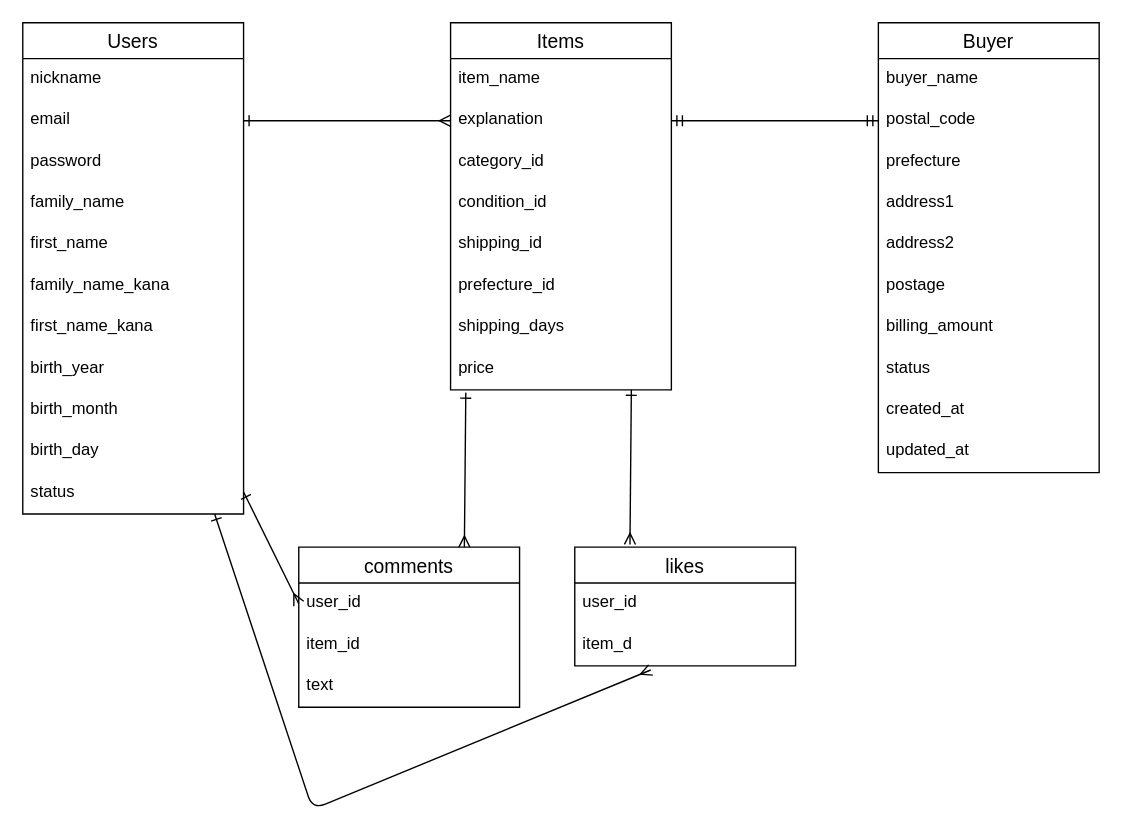
Earlier version of the draw.io diagram .dio (tae-sskr/furima-39205). Source tidied: cells renumbered, new cells numbered last; positions are measured from the earlier drawing's top-left corner, leaving out a move shared by most shapes. Both pictures are drawn from the tidied source at 138%, with x=0, y=0 at pixel (22, 22).
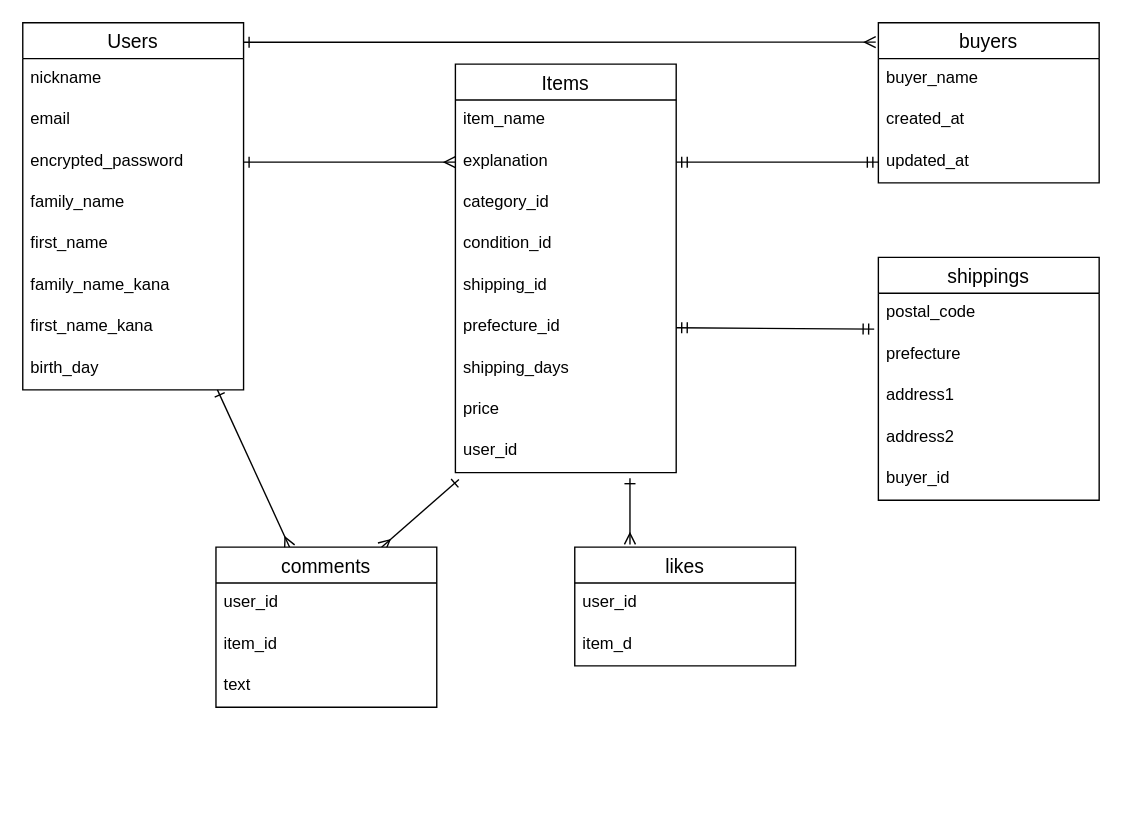
The same diagram, later.

The change refers to these unchanged cells:
```xml
<mxCell id="6" value="email" style="text;strokeColor=none;fillColor=none;spacingLeft=4;spacingRight=4;overflow=hidden;points=[[0,0.5],[1,0.5]];portConstraint=eastwest;fontSize=12;" parent="4" vertex="1">
  <mxGeometry y="56" width="160" height="30" as="geometry" />
</mxCell>
<mxCell id="19" value="explanation" style="text;strokeColor=none;fillColor=none;spacingLeft=4;spacingRight=4;overflow=hidden;points=[[0,0.5],[1,0.5]];portConstraint=eastwest;fontSize=12;" parent="17" vertex="1">
  <mxGeometry y="56" width="160" height="30" as="geometry" />
</mxCell>
<mxCell id="23" value="prefecture_id" style="text;strokeColor=none;fillColor=none;spacingLeft=4;spacingRight=4;overflow=hidden;points=[[0,0.5],[1,0.5]];portConstraint=eastwest;fontSize=12;" parent="17" vertex="1">
  <mxGeometry y="176" width="160" height="30" as="geometry" />
</mxCell>
<mxCell id="25" value="price" style="text;strokeColor=none;fillColor=none;spacingLeft=4;spacingRight=4;overflow=hidden;points=[[0,0.5],[1,0.5]];portConstraint=eastwest;fontSize=12;" parent="17" vertex="1">
  <mxGeometry y="236" width="160" height="30" as="geometry" />
</mxCell>
<mxCell id="39" value="item_d&#10;" style="text;strokeColor=none;fillColor=none;spacingLeft=4;spacingRight=4;overflow=hidden;points=[[0,0.5],[1,0.5]];portConstraint=eastwest;fontSize=12;" parent="37" vertex="1">
  <mxGeometry y="56" width="160" height="30" as="geometry" />
</mxCell>
<mxCell id="41" value="user_id" style="text;strokeColor=none;fillColor=none;spacingLeft=4;spacingRight=4;overflow=hidden;points=[[0,0.5],[1,0.5]];portConstraint=eastwest;fontSize=12;" parent="40" vertex="1">
  <mxGeometry y="26" width="160" height="30" as="geometry" />
</mxCell>
```

The edit, as a diff of the source:
```diff
@@
-    <mxCell id="2" style="edgeStyle=none;html=1;entryX=0;entryY=0.5;entryDx=0;entryDy=0;startArrow=ERone;startFill=0;endArrow=ERmany;endFill=0;" parent="1" edge="1" source="4" target="41">
+    <mxCell id="2" style="edgeStyle=none;html=1;startArrow=ERone;startFill=0;endArrow=ERmany;endFill=0;" parent="1" edge="1" source="4" target="40">
       <mxGeometry relative="1" as="geometry" />
     </mxCell>
-    <mxCell id="3" style="edgeStyle=none;html=1;entryX=0.344;entryY=1.1;entryDx=0;entryDy=0;entryPerimeter=0;startArrow=ERone;startFill=0;endArrow=ERmany;endFill=0;" parent="1" edge="1" source="4" target="39">
-      <mxGeometry relative="1" as="geometry">
-        <Array as="points">
-          <mxPoint x="210" y="570" />
-        </Array>
-      </mxGeometry>
-    </mxCell>
+    <mxCell id="47" style="edgeStyle=none;html=1;startArrow=ERone;startFill=0;endArrow=ERmany;endFill=0;exitX=1;exitY=0.053;exitDx=0;exitDy=0;exitPerimeter=0;entryX=-0.012;entryY=0.121;entryDx=0;entryDy=0;entryPerimeter=0;" parent="1" edge="1" source="4" target="26">
+      <mxGeometry relative="1" as="geometry" />
+    </mxCell>
     <mxCell id="4" value="Users" style="swimlane;fontStyle=0;horizontal=1;startSize=26;align=center;fontSize=14;" parent="1" vertex="1">
-      <mxGeometry width="160" height="356" as="geometry" />
+      <mxGeometry width="160" height="266" as="geometry" />
     </mxCell>
@@
-    <mxCell id="7" value="password" style="text;strokeColor=none;fillColor=none;spacingLeft=4;spacingRight=4;overflow=hidden;points=[[0,0.5],[1,0.5]];portConstraint=eastwest;fontSize=12;" parent="4" vertex="1">
+    <mxCell id="7" value="encrypted_password" style="text;strokeColor=none;fillColor=none;spacingLeft=4;spacingRight=4;overflow=hidden;points=[[0,0.5],[1,0.5]];portConstraint=eastwest;fontSize=12;" parent="4" vertex="1">
       <mxGeometry y="86" width="160" height="30" as="geometry" />
     </mxCell>
@@
-    <mxCell id="12" value="birth_year" style="text;strokeColor=none;fillColor=none;spacingLeft=4;spacingRight=4;overflow=hidden;fontSize=12;" parent="4" vertex="1">
-      <mxGeometry y="236" width="160" height="30" as="geometry" />
-    </mxCell>
-    <mxCell id="13" value="birth_month" style="text;strokeColor=none;fillColor=none;spacingLeft=4;spacingRight=4;overflow=hidden;fontSize=12;" parent="4" vertex="1">
-      <mxGeometry y="266" width="160" height="30" as="geometry" />
-    </mxCell>
     <mxCell id="14" value="birth_day" style="text;strokeColor=none;fillColor=none;spacingLeft=4;spacingRight=4;overflow=hidden;fontSize=12;" parent="4" vertex="1">
-      <mxGeometry y="296" width="160" height="30" as="geometry" />
+      <mxGeometry y="236" width="160" height="30" as="geometry" />
     </mxCell>
-    <mxCell id="15" value="status" style="text;strokeColor=none;fillColor=none;spacingLeft=4;spacingRight=4;overflow=hidden;fontSize=12;" parent="4" vertex="1">
-      <mxGeometry y="326" width="160" height="30" as="geometry" />
-    </mxCell>
-    <mxCell id="16" style="edgeStyle=none;html=1;entryX=0.75;entryY=0;entryDx=0;entryDy=0;startArrow=ERone;startFill=0;endArrow=ERmany;endFill=0;exitX=0.069;exitY=1.067;exitDx=0;exitDy=0;exitPerimeter=0;" parent="1" edge="1" source="25" target="40">
+    <mxCell id="16" style="edgeStyle=none;html=1;entryX=0.75;entryY=0;entryDx=0;entryDy=0;startArrow=ERone;startFill=0;endArrow=ERmany;endFill=0;exitX=0.016;exitY=1.167;exitDx=0;exitDy=0;exitPerimeter=0;" parent="1" edge="1" source="48" target="40">
       <mxGeometry relative="1" as="geometry" />
     </mxCell>
     <mxCell id="17" value="Items" style="swimlane;fontStyle=0;horizontal=1;startSize=26;align=center;fontSize=14;" parent="1" vertex="1">
-      <mxGeometry x="310" width="160" height="266" as="geometry" />
+      <mxGeometry x="313.5" y="30" width="160" height="296" as="geometry" />
     </mxCell>
@@
+    <mxCell id="48" value="user_id" style="text;strokeColor=none;fillColor=none;spacingLeft=4;spacingRight=4;overflow=hidden;points=[[0,0.5],[1,0.5]];portConstraint=eastwest;fontSize=12;" parent="17" vertex="1">
+      <mxGeometry y="266" width="160" height="30" as="geometry" />
+    </mxCell>
-    <mxCell id="26" value="Buyer" style="swimlane;fontStyle=0;horizontal=1;startSize=26;align=center;fontSize=14;" parent="1" vertex="1">
-      <mxGeometry x="620" width="160" height="326" as="geometry" />
+    <mxCell id="26" value="buyers" style="swimlane;fontStyle=0;horizontal=1;startSize=26;align=center;fontSize=14;" parent="1" vertex="1">
+      <mxGeometry x="620" width="160" height="116" as="geometry" />
     </mxCell>
@@
-    <mxCell id="28" value="postal_code" style="text;strokeColor=none;fillColor=none;spacingLeft=4;spacingRight=4;overflow=hidden;points=[[0,0.5],[1,0.5]];portConstraint=eastwest;fontSize=12;" parent="26" vertex="1">
-      <mxGeometry y="56" width="160" height="30" as="geometry" />
-    </mxCell>
-    <mxCell id="29" value="prefecture" style="text;strokeColor=none;fillColor=none;spacingLeft=4;spacingRight=4;overflow=hidden;fontSize=12;" parent="26" vertex="1">
-      <mxGeometry y="86" width="160" height="30" as="geometry" />
-    </mxCell>
-    <mxCell id="30" value="address1" style="text;strokeColor=none;fillColor=none;spacingLeft=4;spacingRight=4;overflow=hidden;fontSize=12;" parent="26" vertex="1">
-      <mxGeometry y="116" width="160" height="30" as="geometry" />
-    </mxCell>
-    <mxCell id="31" value="address2" style="text;strokeColor=none;fillColor=none;spacingLeft=4;spacingRight=4;overflow=hidden;fontSize=12;" parent="26" vertex="1">
-      <mxGeometry y="146" width="160" height="30" as="geometry" />
-    </mxCell>
-    <mxCell id="32" value="postage" style="text;strokeColor=none;fillColor=none;spacingLeft=4;spacingRight=4;overflow=hidden;fontSize=12;" parent="26" vertex="1">
-      <mxGeometry y="176" width="160" height="30" as="geometry" />
-    </mxCell>
-    <mxCell id="33" value="billing_amount" style="text;strokeColor=none;fillColor=none;spacingLeft=4;spacingRight=4;overflow=hidden;fontSize=12;" parent="26" vertex="1">
-      <mxGeometry y="206" width="160" height="30" as="geometry" />
-    </mxCell>
-    <mxCell id="34" value="status" style="text;strokeColor=none;fillColor=none;spacingLeft=4;spacingRight=4;overflow=hidden;fontSize=12;" parent="26" vertex="1">
-      <mxGeometry y="236" width="160" height="30" as="geometry" />
-    </mxCell>
     <mxCell id="35" value="created_at" style="text;strokeColor=none;fillColor=none;spacingLeft=4;spacingRight=4;overflow=hidden;fontSize=12;" parent="26" vertex="1">
-      <mxGeometry y="266" width="160" height="30" as="geometry" />
+      <mxGeometry y="56" width="160" height="30" as="geometry" />
     </mxCell>
     <mxCell id="36" value="updated_at" style="text;strokeColor=none;fillColor=none;spacingLeft=4;spacingRight=4;overflow=hidden;points=[[0,0.5],[1,0.5]];portConstraint=eastwest;fontSize=12;" parent="26" vertex="1">
-      <mxGeometry y="296" width="160" height="30" as="geometry" />
+      <mxGeometry y="86" width="160" height="30" as="geometry" />
     </mxCell>
@@
     <mxCell id="40" value="comments" style="swimlane;fontStyle=0;horizontal=1;startSize=26;align=center;fontSize=14;" parent="1" vertex="1">
-      <mxGeometry x="200" y="380" width="160" height="116" as="geometry" />
+      <mxGeometry x="140" y="380" width="160" height="116" as="geometry" />
     </mxCell>
@@
-    <mxCell id="44" style="edgeStyle=none;html=1;exitX=1;exitY=0.5;exitDx=0;exitDy=0;entryX=0;entryY=0.5;entryDx=0;entryDy=0;endArrow=ERmany;endFill=0;startArrow=ERone;startFill=0;" parent="1" edge="1" source="6" target="19">
+    <mxCell id="44" style="edgeStyle=none;html=1;exitX=1;exitY=0.5;exitDx=0;exitDy=0;entryX=0;entryY=0.5;entryDx=0;entryDy=0;endArrow=ERmany;endFill=0;startArrow=ERone;startFill=0;" parent="1" edge="1" source="7" target="19">
       <mxGeometry relative="1" as="geometry" />
     </mxCell>
-    <mxCell id="45" style="edgeStyle=none;html=1;entryX=0.75;entryY=0;entryDx=0;entryDy=0;startArrow=ERone;startFill=0;endArrow=ERmany;endFill=0;exitX=0.069;exitY=1.067;exitDx=0;exitDy=0;exitPerimeter=0;" parent="1" edge="1">
+    <mxCell id="45" style="edgeStyle=none;html=1;entryX=0.75;entryY=0;entryDx=0;entryDy=0;startArrow=ERone;startFill=0;endArrow=ERmany;endFill=0;" parent="1" edge="1">
       <mxGeometry relative="1" as="geometry">
-        <mxPoint x="441" y="266" as="sourcePoint" />
+        <mxPoint x="440" y="330" as="sourcePoint" />
         <mxPoint x="440" y="378" as="targetPoint" />
       </mxGeometry>
     </mxCell>
-    <mxCell id="46" style="edgeStyle=none;html=1;exitX=1;exitY=0.5;exitDx=0;exitDy=0;entryX=0;entryY=0.5;entryDx=0;entryDy=0;startArrow=ERmandOne;startFill=0;endArrow=ERmandOne;endFill=0;" parent="1" edge="1" source="19" target="28">
+    <mxCell id="46" style="edgeStyle=none;html=1;exitX=1;exitY=0.5;exitDx=0;exitDy=0;entryX=0;entryY=0.5;entryDx=0;entryDy=0;startArrow=ERmandOne;startFill=0;endArrow=ERmandOne;endFill=0;" parent="1" edge="1" source="19" target="36">
       <mxGeometry relative="1" as="geometry" />
     </mxCell>
+    <mxCell id="49" value="shippings" style="swimlane;fontStyle=0;horizontal=1;startSize=26;align=center;fontSize=14;" parent="1" vertex="1">
+      <mxGeometry x="620" y="170" width="160" height="176" as="geometry" />
+    </mxCell>
+    <mxCell id="28" value="postal_code" style="text;strokeColor=none;fillColor=none;spacingLeft=4;spacingRight=4;overflow=hidden;points=[[0,0.5],[1,0.5]];portConstraint=eastwest;fontSize=12;" parent="49" vertex="1">
+      <mxGeometry y="26" width="160" height="30" as="geometry" />
+    </mxCell>
+    <mxCell id="29" value="prefecture" style="text;strokeColor=none;fillColor=none;spacingLeft=4;spacingRight=4;overflow=hidden;fontSize=12;" parent="49" vertex="1">
+      <mxGeometry y="56" width="160" height="30" as="geometry" />
+    </mxCell>
+    <mxCell id="30" value="address1" style="text;strokeColor=none;fillColor=none;spacingLeft=4;spacingRight=4;overflow=hidden;fontSize=12;" parent="49" vertex="1">
+      <mxGeometry y="86" width="160" height="30" as="geometry" />
+    </mxCell>
+    <mxCell id="31" value="address2" style="text;strokeColor=none;fillColor=none;spacingLeft=4;spacingRight=4;overflow=hidden;fontSize=12;" parent="49" vertex="1">
+      <mxGeometry y="116" width="160" height="30" as="geometry" />
+    </mxCell>
+    <mxCell id="50" value="buyer_id" style="text;strokeColor=none;fillColor=none;spacingLeft=4;spacingRight=4;overflow=hidden;fontSize=12;" parent="49" vertex="1">
+      <mxGeometry y="146" width="160" height="30" as="geometry" />
+    </mxCell>
+    <mxCell id="51" style="edgeStyle=none;html=1;exitX=1;exitY=0.5;exitDx=0;exitDy=0;startArrow=ERmandOne;startFill=0;endArrow=ERmandOne;endFill=0;entryX=-0.019;entryY=0.867;entryDx=0;entryDy=0;entryPerimeter=0;" parent="1" edge="1" source="23" target="28">
+      <mxGeometry relative="1" as="geometry" />
+    </mxCell>
```
